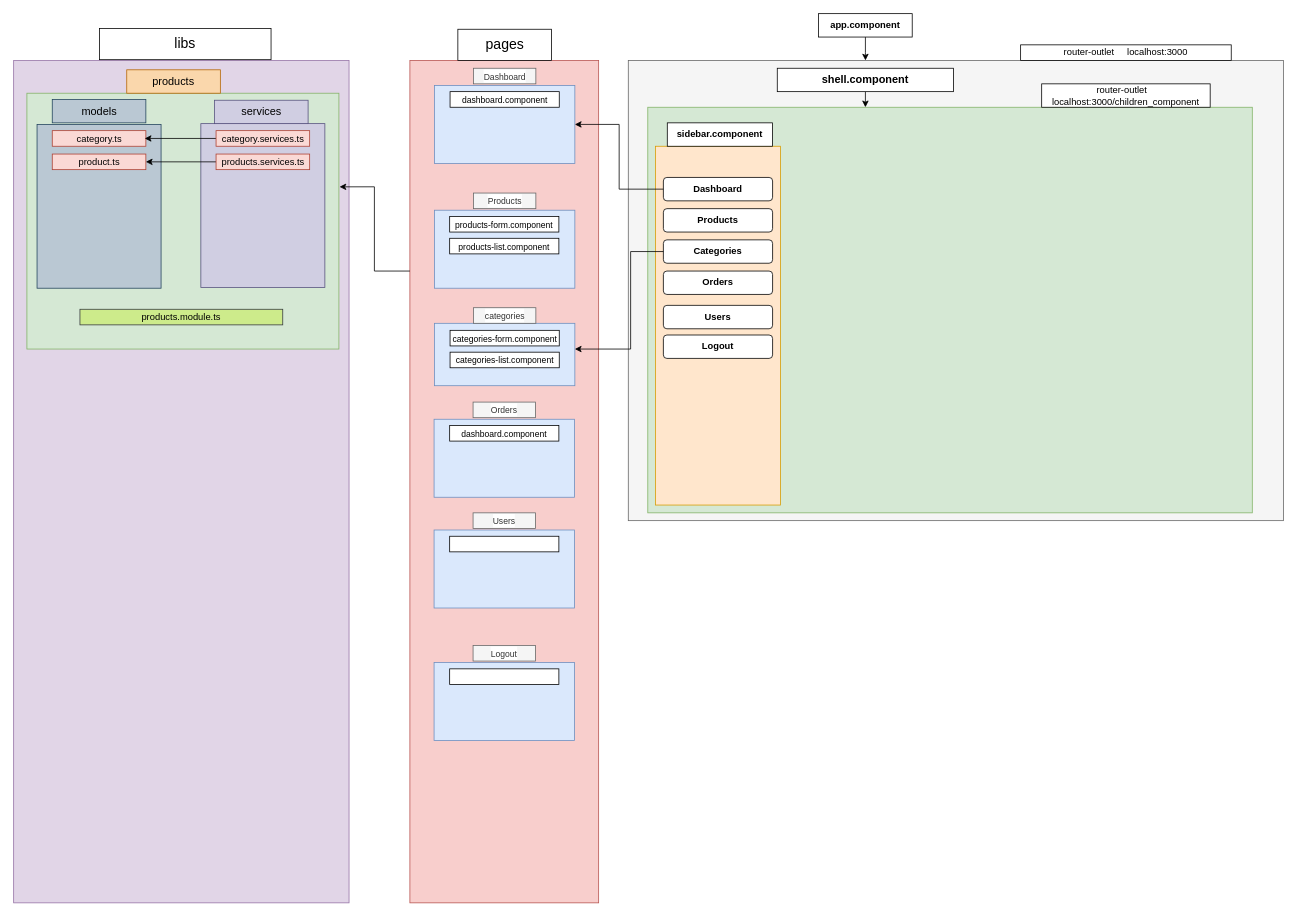
Before: page "Page-3" (3 of 3) of yellowsign/yellow_sign.drawio in Binayak3666/My_Application_Drawing_Architect, a draw.io diagram. Source tidied: cells renumbered, new cells numbered last; positions are measured from the earlier drawing's top-left corner, leaving out a move shared by most shapes. Both pictures are drawn from the tidied source at 78%, with x=0, y=0 at pixel (13, 13).
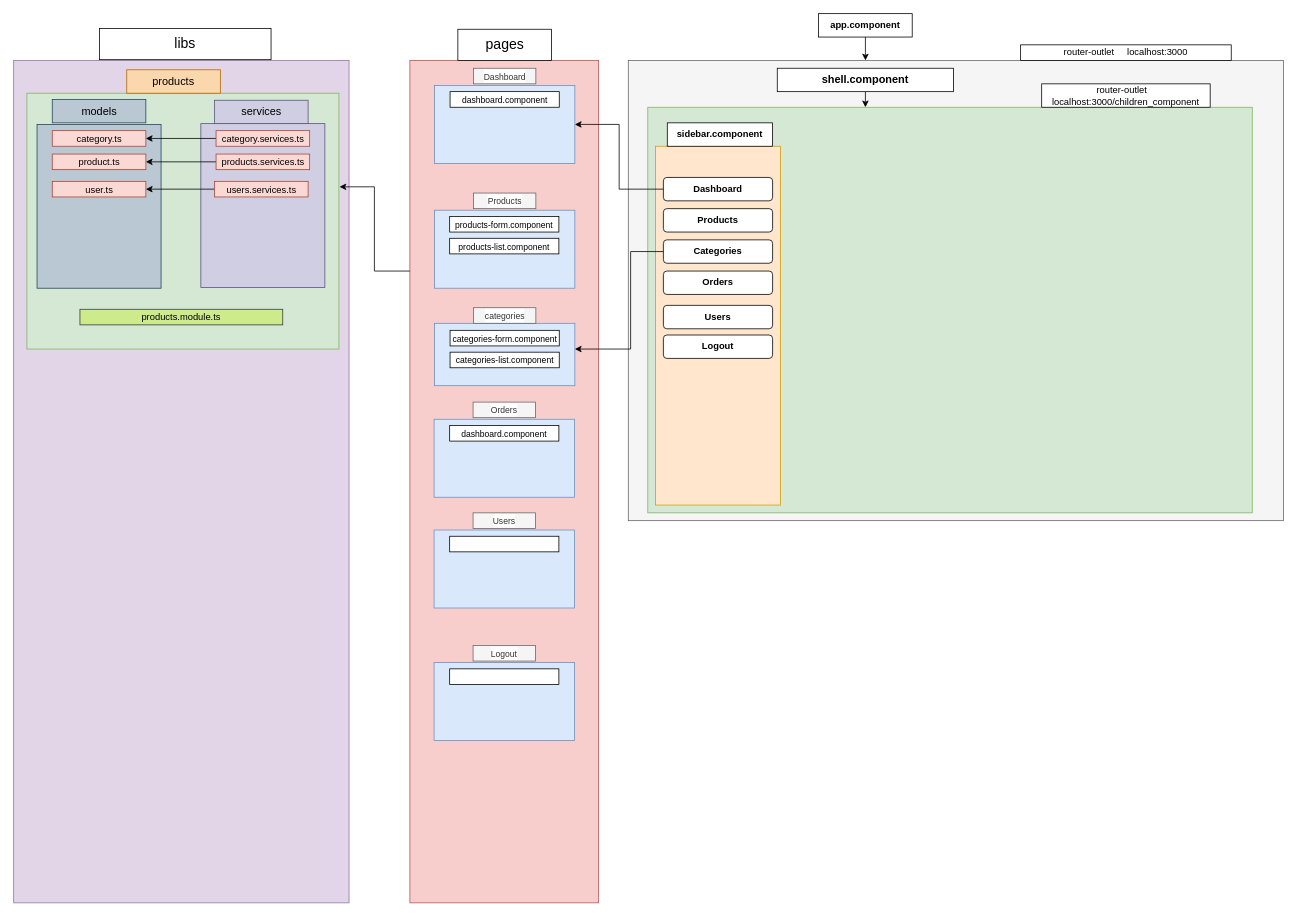
After the change.

Unchanged cells that the change refers to:
```xml
<mxCell id="50" value="&lt;font style=&quot;font-size: 12px;&quot;&gt;category.ts&lt;/font&gt;" style="rounded=0;whiteSpace=wrap;html=1;labelBackgroundColor=none;fontSize=14;fillColor=#fad9d5;strokeColor=#ae4132;" parent="1" vertex="1">
  <mxGeometry x="49.5" y="150" width="120" height="20" as="geometry" />
</mxCell>
<mxCell id="52" value="&lt;font style=&quot;font-size: 12px;&quot;&gt;category.services.ts&lt;/font&gt;" style="rounded=0;whiteSpace=wrap;html=1;labelBackgroundColor=none;fontSize=14;fillColor=#fad9d5;strokeColor=#ae4132;" parent="1" vertex="1">
  <mxGeometry x="259.5" y="150" width="120" height="20" as="geometry" />
</mxCell>
```

Change to the diagram source:
```diff
@@
-    <mxCell id="51" style="edgeStyle=orthogonalEdgeStyle;rounded=0;jettySize=auto;html=1;entryX=0.988;entryY=0.5;entryDx=0;entryDy=0;fontSize=12;fontColor=none;entryPerimeter=0;" parent="1" edge="1" source="52" target="50">
+    <mxCell id="51" style="edgeStyle=orthogonalEdgeStyle;rounded=0;jettySize=auto;html=1;entryX=1;entryY=0.5;entryDx=0;entryDy=0;" parent="1" edge="1" source="52" target="50">
       <mxGeometry relative="1" as="geometry" />
     </mxCell>
@@
+    <mxCell id="58" value="&lt;font style=&quot;font-size: 12px;&quot;&gt;user.ts&lt;/font&gt;" style="rounded=0;whiteSpace=wrap;html=1;labelBackgroundColor=none;fontSize=14;fillColor=#fad9d5;strokeColor=#ae4132;" parent="1" vertex="1">
+      <mxGeometry x="49.5" y="215" width="120" height="20" as="geometry" />
+    </mxCell>
+    <mxCell id="59" style="edgeStyle=orthogonalEdgeStyle;rounded=0;jettySize=auto;html=1;entryX=1;entryY=0.5;entryDx=0;entryDy=0;" parent="1" edge="1" source="60" target="58">
+      <mxGeometry relative="1" as="geometry" />
+    </mxCell>
+    <mxCell id="60" value="&lt;font style=&quot;font-size: 12px;&quot;&gt;users.services.ts&lt;/font&gt;" style="rounded=0;whiteSpace=wrap;html=1;labelBackgroundColor=none;fontSize=14;fillColor=#fad9d5;strokeColor=#ae4132;" parent="1" vertex="1">
+      <mxGeometry x="257.5" y="215" width="120" height="20" as="geometry" />
+    </mxCell>
```
